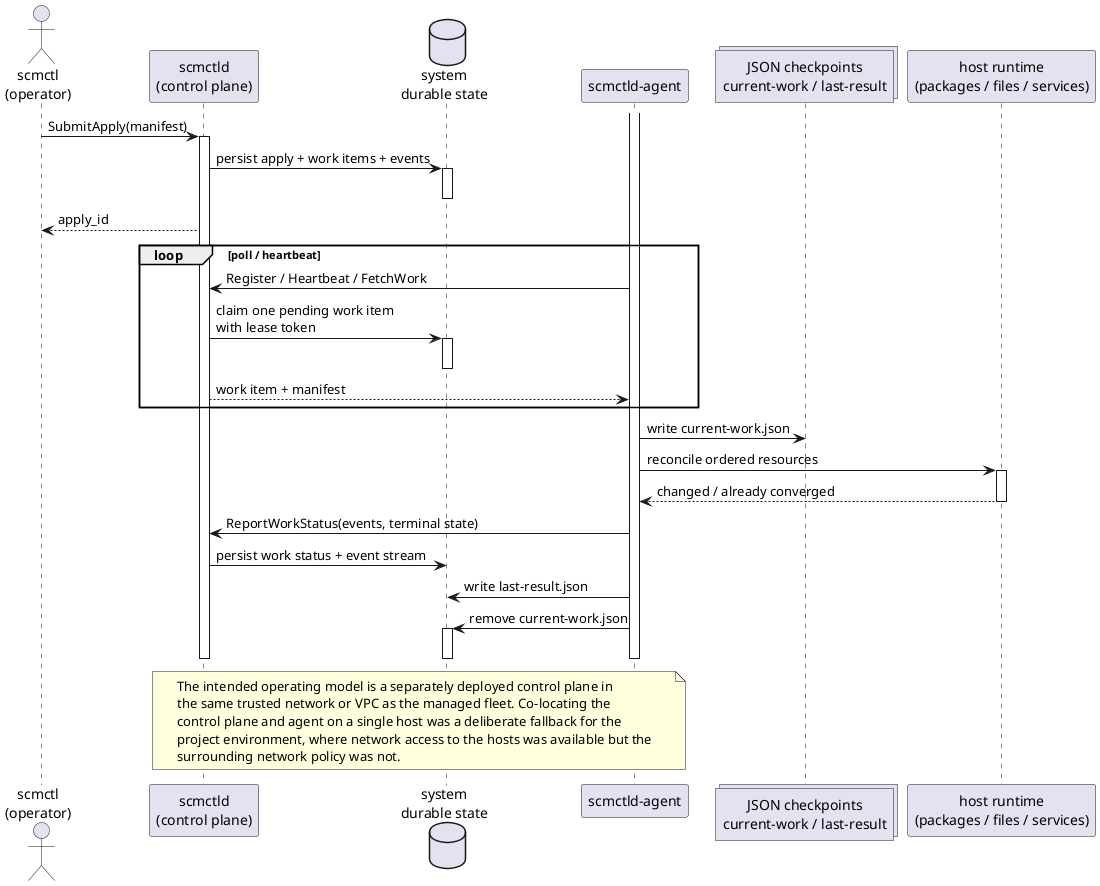
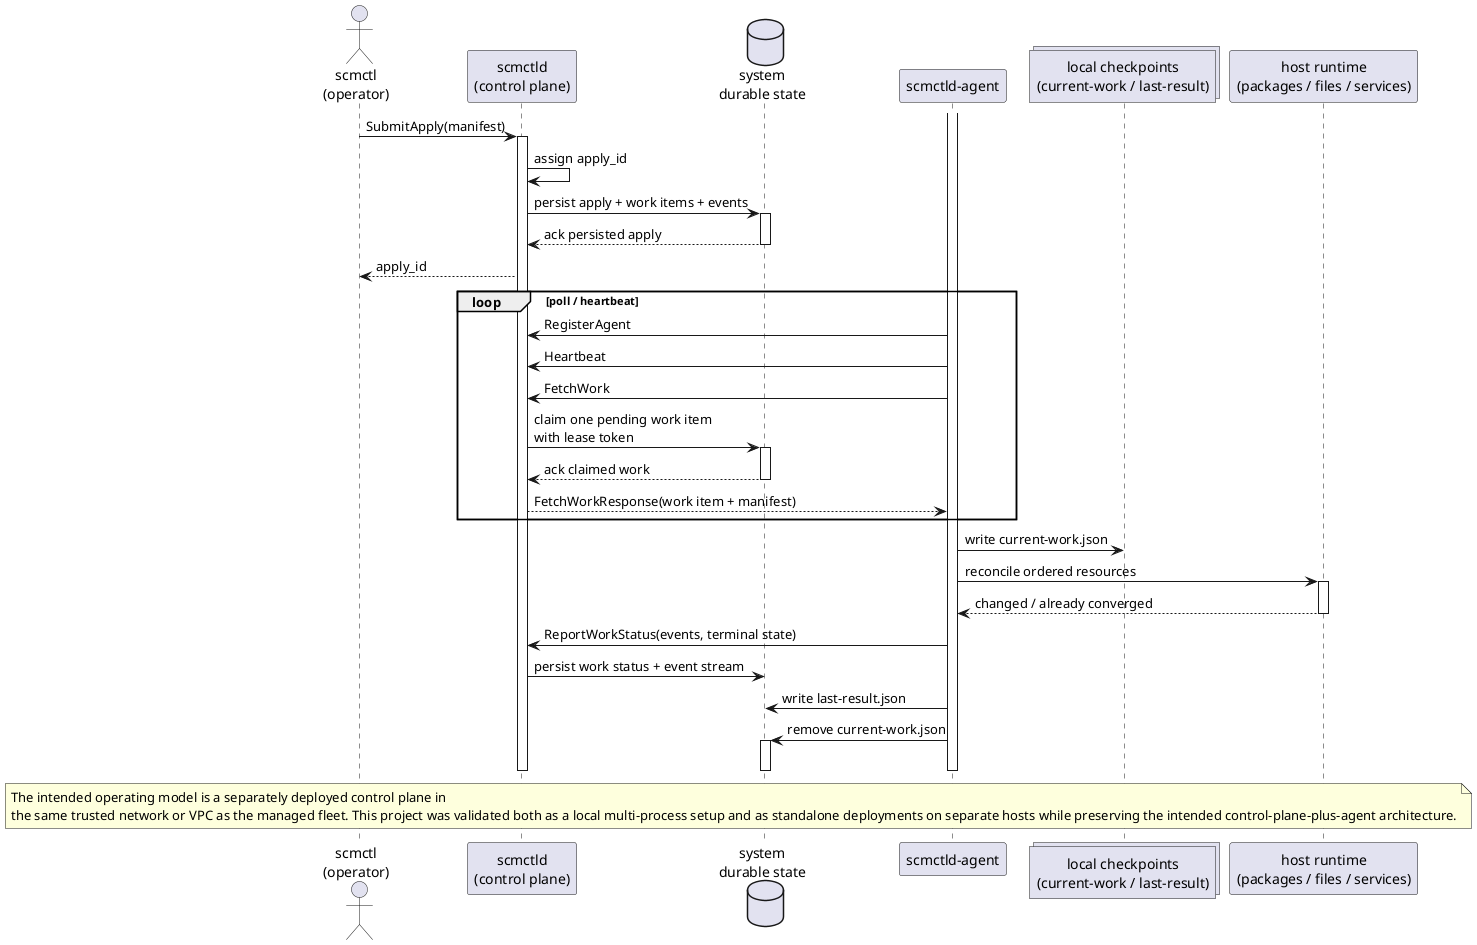
@startuml
actor "scmctl\n(operator)" as Operator
participant "scmctld\n(control plane)" as ControlPlane
database "system\ndurable state" as ControlPlaneDB
participant "scmctld-agent" as Agent
- collections "JSON checkpoints\ncurrent-work / last-result" as Checkpoints
+ collections "local checkpoints\n(current-work / last-result)" as Checkpoints
participant "host runtime\n(packages / files / services)" as Host

Operator -> ControlPlane: SubmitApply(manifest)
activate ControlPlane
+ ControlPlane -> ControlPlane: assign apply_id
ControlPlane -> ControlPlaneDB: persist apply + work items + events
activate ControlPlaneDB
+ ControlPlaneDB --> ControlPlane: ack persisted apply
deactivate ControlPlaneDB
ControlPlane --> Operator: apply_id

loop poll / heartbeat
-   Agent -> ControlPlane: Register / Heartbeat / FetchWork
+   Agent -> ControlPlane: RegisterAgent
+   Agent -> ControlPlane: Heartbeat
+   Agent -> ControlPlane: FetchWork
  ControlPlane -> ControlPlaneDB: claim one pending work item\nwith lease token
  activate ControlPlaneDB
+   ControlPlaneDB --> ControlPlane: ack claimed work
  deactivate ControlPlaneDB
-   ControlPlane --> Agent: work item + manifest
+   ControlPlane --> Agent: FetchWorkResponse(work item + manifest)
end

activate Agent
Agent -> Checkpoints: write current-work.json
Agent -> Host: reconcile ordered resources
activate Host
Host --> Agent: changed / already converged
deactivate Host
Agent -> ControlPlane: ReportWorkStatus(events, terminal state)
ControlPlane -> ControlPlaneDB: persist work status + event stream
Agent -> ControlPlaneDB: write last-result.json
Agent -> ControlPlaneDB: remove current-work.json
activate ControlPlaneDB
deactivate ControlPlaneDB
deactivate Agent
deactivate ControlPlane

note over ControlPlane,Agent
The intended operating model is a separately deployed control plane in
- the same trusted network or VPC as the managed fleet. Co-locating the
- control plane and agent on a single host was a deliberate fallback for the
- project environment, where network access to the hosts was available but the
- surrounding network policy was not.
+ the same trusted network or VPC as the managed fleet. This project was validated both as a local multi-process setup and as standalone deployments on separate hosts while preserving the intended control-plane-plus-agent architecture.
end note
@enduml
